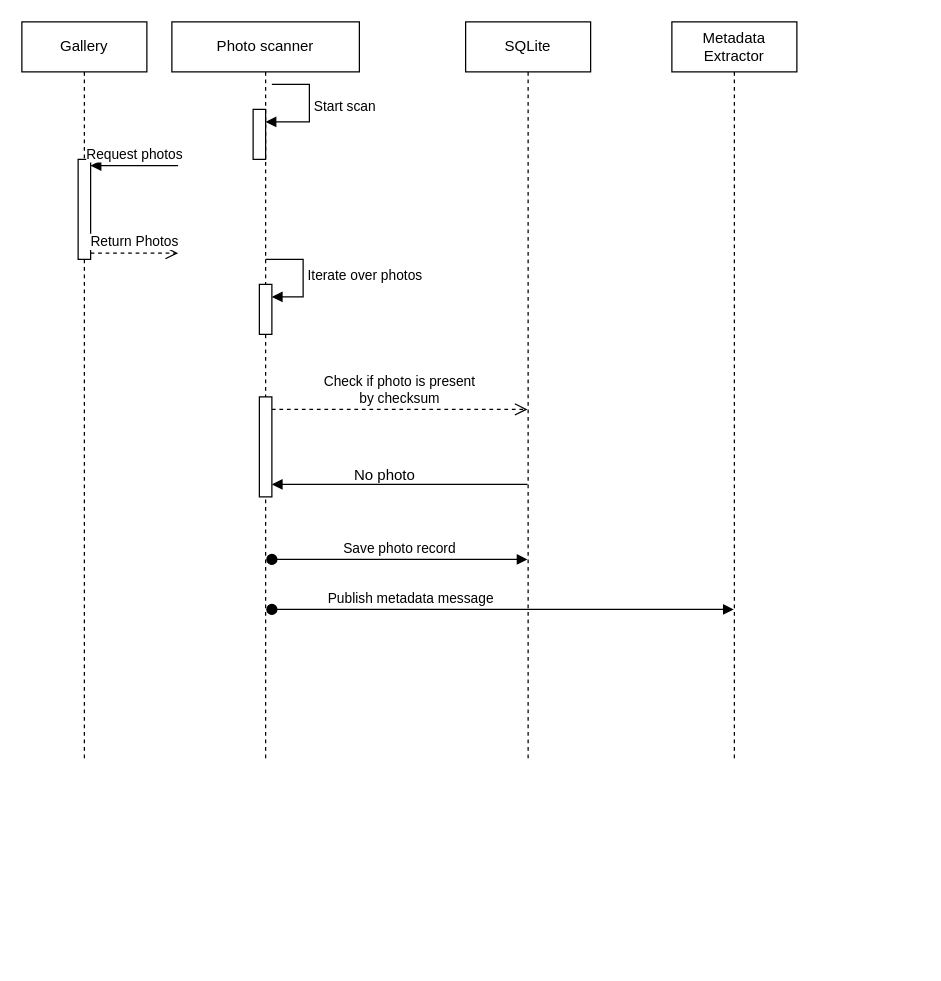
Earlier version of the draw.io diagram docs/Untitled Diagram.drawio (Adamster/lazy-my-photos-app). Source tidied: cells renumbered, new cells numbered last; positions are measured from the earlier drawing's top-left corner, leaving out a move shared by most shapes. Both pictures are drawn from the tidied source at 125%, with x=0, y=0 at pixel (21, 21).
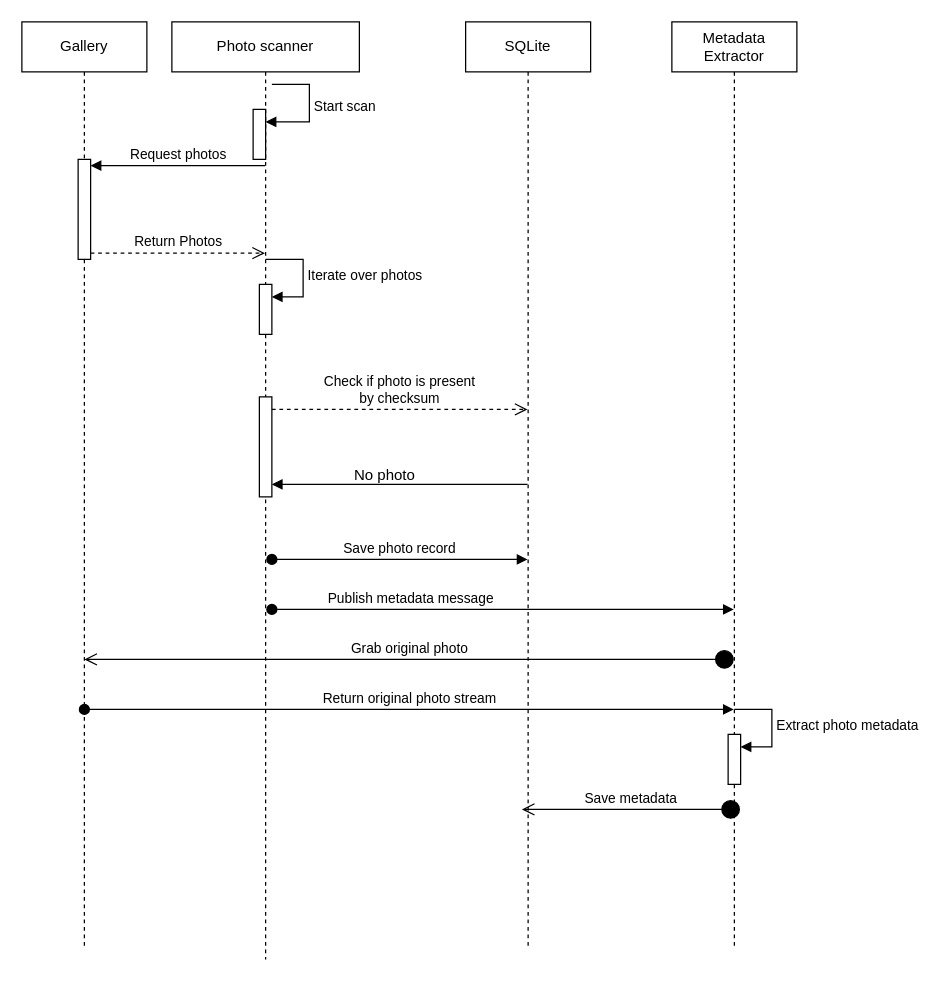
After the change.

Unchanged cells that the change refers to:
```xml
<mxCell id="3" style="html=1;points=[[0,0,0,0,5],[0,1,0,0,-5],[1,0,0,0,5],[1,1,0,0,-5]];perimeter=orthogonalPerimeter;outlineConnect=0;targetShapes=umlLifeline;portConstraint=eastwest;newEdgeStyle={&quot;curved&quot;:0,&quot;rounded&quot;:0};" parent="2" vertex="1">
  <mxGeometry x="45" y="110" width="10" height="80" as="geometry" />
</mxCell>
```

The edit, as a diff of the source:
```diff
@@
     <mxCell id="2" value="Gallery" style="shape=umlLifeline;perimeter=lifelinePerimeter;whiteSpace=wrap;html=1;newEdgeStyle={&quot;curved&quot;:0,&quot;rounded&quot;:0};" parent="1" vertex="1">
-      <mxGeometry width="100" height="590" as="geometry" />
+      <mxGeometry width="100" height="740" as="geometry" />
     </mxCell>
@@
-    <mxCell id="4" value="Request photos" style="html=1;verticalAlign=bottom;endArrow=block;curved=0;rounded=0;entryX=1;entryY=0;entryDx=0;entryDy=5;" parent="2" edge="1" target="3">
-      <mxGeometry relative="1" as="geometry">
-        <mxPoint x="125" y="115" as="sourcePoint" />
-      </mxGeometry>
-    </mxCell>
-    <mxCell id="5" value="Return Photos" style="html=1;verticalAlign=bottom;endArrow=open;dashed=1;endSize=8;curved=0;rounded=0;exitX=1;exitY=1;exitDx=0;exitDy=-5;" parent="2" edge="1" source="3">
-      <mxGeometry relative="1" as="geometry">
-        <mxPoint x="125" y="185" as="targetPoint" />
-      </mxGeometry>
-    </mxCell>
     <mxCell id="6" value="Photo scanner" style="shape=umlLifeline;perimeter=lifelinePerimeter;whiteSpace=wrap;html=1;outlineConnect=0;portConstraint=eastwest;newEdgeStyle={&quot;curved&quot;:0,&quot;rounded&quot;:0};" parent="1" vertex="1">
-      <mxGeometry x="120" width="150" height="590" as="geometry" />
+      <mxGeometry x="120" width="150" height="750" as="geometry" />
     </mxCell>
@@
     <mxCell id="12" value="&lt;div&gt;Metadata &lt;br&gt;&lt;/div&gt;&lt;div&gt;Extractor&lt;/div&gt;" style="shape=umlLifeline;perimeter=lifelinePerimeter;whiteSpace=wrap;html=1;outlineConnect=0;portConstraint=eastwest;newEdgeStyle={&quot;curved&quot;:0,&quot;rounded&quot;:0};" parent="1" vertex="1">
-      <mxGeometry x="520" width="100" height="590" as="geometry" />
+      <mxGeometry x="520" width="100" height="740" as="geometry" />
     </mxCell>
+    <mxCell id="19" style="html=1;points=[[0,0,0,0,5],[0,1,0,0,-5],[1,0,0,0,5],[1,1,0,0,-5]];perimeter=orthogonalPerimeter;outlineConnect=0;targetShapes=umlLifeline;portConstraint=eastwest;newEdgeStyle={&quot;curved&quot;:0,&quot;rounded&quot;:0};" parent="12" vertex="1">
+      <mxGeometry x="45" y="570" width="10" height="40" as="geometry" />
+    </mxCell>
+    <mxCell id="20" value="Extract photo metadata" style="html=1;align=left;spacingLeft=2;endArrow=block;rounded=0;edgeStyle=orthogonalEdgeStyle;curved=0;rounded=0;" parent="12" edge="1" target="19">
+      <mxGeometry relative="1" as="geometry">
+        <mxPoint x="50" y="550" as="sourcePoint" />
+        <Array as="points">
+          <mxPoint x="80" y="580" />
+        </Array>
+      </mxGeometry>
+    </mxCell>
     <mxCell id="13" value="&lt;div&gt;SQLite&lt;/div&gt;" style="shape=umlLifeline;perimeter=lifelinePerimeter;whiteSpace=wrap;html=1;outlineConnect=0;portConstraint=eastwest;newEdgeStyle={&quot;curved&quot;:0,&quot;rounded&quot;:0};" parent="1" vertex="1">
-      <mxGeometry x="355" width="100" height="590" as="geometry" />
+      <mxGeometry x="355" width="100" height="740" as="geometry" />
     </mxCell>
@@
+    <mxCell id="21" value="Save metadata" style="html=1;verticalAlign=bottom;startArrow=circle;startFill=1;endArrow=open;startSize=6;endSize=8;curved=0;rounded=0;" parent="1" edge="1">
+      <mxGeometry relative="1" as="geometry">
+        <mxPoint x="575" y="630" as="sourcePoint" />
+        <mxPoint x="400" y="630" as="targetPoint" />
+      </mxGeometry>
+    </mxCell>
+    <mxCell id="22" value="Grab original photo" style="html=1;verticalAlign=bottom;startArrow=circle;startFill=1;endArrow=open;startSize=6;endSize=8;curved=0;rounded=0;" parent="1" edge="1">
+      <mxGeometry relative="1" as="geometry">
+        <mxPoint x="570" y="510" as="sourcePoint" />
+        <mxPoint x="50" y="510" as="targetPoint" />
+      </mxGeometry>
+    </mxCell>
+    <mxCell id="23" value="Return original photo stream" style="html=1;verticalAlign=bottom;startArrow=oval;startFill=1;endArrow=block;startSize=8;curved=0;rounded=0;" parent="1" edge="1" target="12">
+      <mxGeometry relative="1" as="geometry">
+        <mxPoint x="50" y="550" as="sourcePoint" />
+      </mxGeometry>
+    </mxCell>
+    <mxCell id="4" value="Request photos" style="html=1;verticalAlign=bottom;endArrow=block;curved=0;rounded=0;entryX=1;entryY=0;entryDx=0;entryDy=5;" parent="1" edge="1" source="6" target="3">
+      <mxGeometry relative="1" as="geometry" />
+    </mxCell>
+    <mxCell id="5" value="Return Photos" style="html=1;verticalAlign=bottom;endArrow=open;dashed=1;endSize=8;curved=0;rounded=0;exitX=1;exitY=1;exitDx=0;exitDy=-5;" parent="1" edge="1" source="3" target="6">
+      <mxGeometry relative="1" as="geometry" />
+    </mxCell>
```
